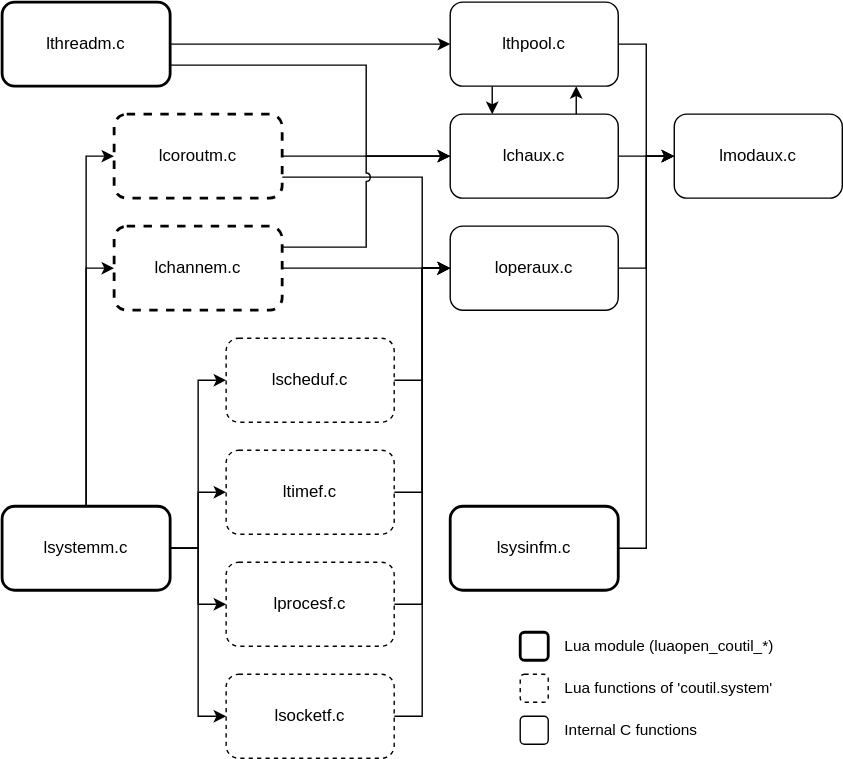
Above: doc/diagrams.svg in renatomaia/coutil (draw.io), before the change. Source tidied: cells renumbered, new cells last; positions are measured from the earlier drawing's top-left corner, leaving out a move shared by most shapes.
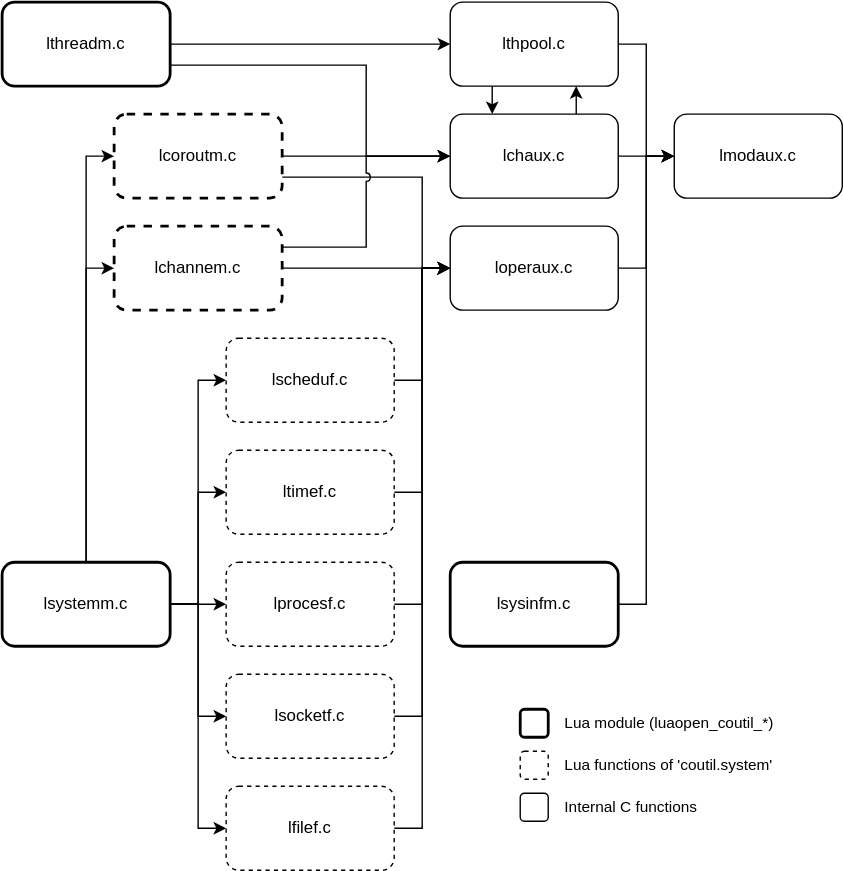
After the change.

Diff of the diagram source:
```diff
@@ -100,25 +100,28 @@
       <mxGeometry relative="1" as="geometry" />
     </mxCell>
     <mxCell id="31" value="Lua module (luaopen_coutil_*)" style="text;html=1;strokeColor=none;fillColor=none;align=left;verticalAlign=middle;whiteSpace=wrap;rounded=0;fontSize=11;" parent="1" vertex="1">
-      <mxGeometry x="400" y="450" width="200" height="20" as="geometry" />
+      <mxGeometry x="400" y="505" width="200" height="20" as="geometry" />
     </mxCell>
     <mxCell id="32" value="Lua functions of 'coutil.system'" style="text;html=1;strokeColor=none;fillColor=none;align=left;verticalAlign=middle;whiteSpace=wrap;rounded=0;fontSize=11;" parent="1" vertex="1">
-      <mxGeometry x="400" y="480" width="200" height="20" as="geometry" />
+      <mxGeometry x="400" y="535" width="200" height="20" as="geometry" />
     </mxCell>
     <mxCell id="33" value="Internal C functions" style="text;html=1;strokeColor=none;fillColor=none;align=left;verticalAlign=middle;whiteSpace=wrap;rounded=0;fontSize=11;" parent="1" vertex="1">
-      <mxGeometry x="400" y="510" width="200" height="20" as="geometry" />
+      <mxGeometry x="400" y="565" width="200" height="20" as="geometry" />
     </mxCell>
     <mxCell id="34" style="rounded=1;whiteSpace=wrap;html=1;strokeWidth=2;" parent="1" vertex="1">
-      <mxGeometry x="370" y="450" width="20" height="20" as="geometry" />
+      <mxGeometry x="370" y="505" width="20" height="20" as="geometry" />
     </mxCell>
     <mxCell id="35" style="rounded=1;whiteSpace=wrap;html=1;dashed=1;" parent="1" vertex="1">
-      <mxGeometry x="370" y="480" width="20" height="20" as="geometry" />
+      <mxGeometry x="370" y="535" width="20" height="20" as="geometry" />
     </mxCell>
     <mxCell id="36" style="rounded=1;whiteSpace=wrap;html=1;" parent="1" vertex="1">
-      <mxGeometry x="370" y="510" width="20" height="20" as="geometry" />
+      <mxGeometry x="370" y="565" width="20" height="20" as="geometry" />
     </mxCell>
+    <mxCell id="43" style="edgeStyle=orthogonalEdgeStyle;rounded=0;jettySize=auto;html=1;entryX=0;entryY=0.5;entryDx=0;entryDy=0;" parent="1" edge="1" source="37" target="45">
+      <mxGeometry relative="1" as="geometry" />
+    </mxCell>
     <mxCell id="37" value="lsystemm.c" style="rounded=1;whiteSpace=wrap;html=1;strokeWidth=2;" parent="1" vertex="1">
-      <mxGeometry y="360" width="120" height="60" as="geometry" />
+      <mxGeometry y="400" width="120" height="60" as="geometry" />
     </mxCell>
     <mxCell id="38" value="lthreadm.c" style="rounded=1;whiteSpace=wrap;html=1;strokeWidth=2;" parent="1" vertex="1">
       <mxGeometry width="120" height="60" as="geometry" />
@@ -133,7 +136,13 @@
       <mxGeometry relative="1" as="geometry" />
     </mxCell>
     <mxCell id="42" value="lsysinfm.c" style="rounded=1;whiteSpace=wrap;html=1;strokeWidth=2;" parent="1" vertex="1">
-      <mxGeometry x="320" y="360" width="120" height="60" as="geometry" />
+      <mxGeometry x="320" y="400" width="120" height="60" as="geometry" />
     </mxCell>
+    <mxCell id="44" style="edgeStyle=orthogonalEdgeStyle;rounded=0;jettySize=auto;html=1;entryX=0;entryY=0.5;entryDx=0;entryDy=0;" parent="1" edge="1" source="45" target="22">
+      <mxGeometry relative="1" as="geometry" />
+    </mxCell>
+    <mxCell id="45" value="lfilef.c" style="rounded=1;whiteSpace=wrap;html=1;fontSize=12;dashed=1;" parent="1" vertex="1">
+      <mxGeometry x="160" y="560" width="120" height="60" as="geometry" />
+    </mxCell>
   </root>
 </mxGraphModel>
```
